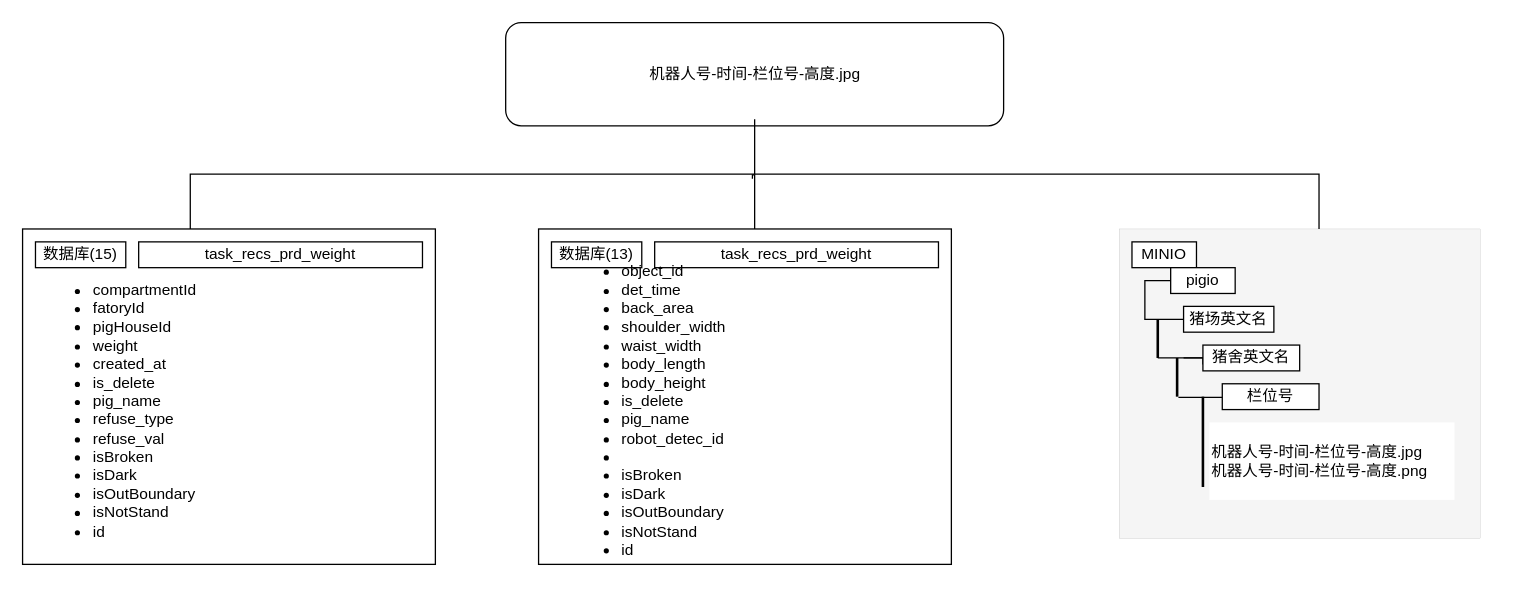
Above: figure/未命名绘图.drawio in yzy1421/Amateur-women-basketball-in-China (draw.io), before the change. Source tidied: cells renumbered, new cells numbered last; positions are measured from the earlier drawing's top-left corner, leaving out a move shared by most shapes. Both pictures are drawn from the tidied source at 129%, with x=0, y=0 at pixel (22, -391).
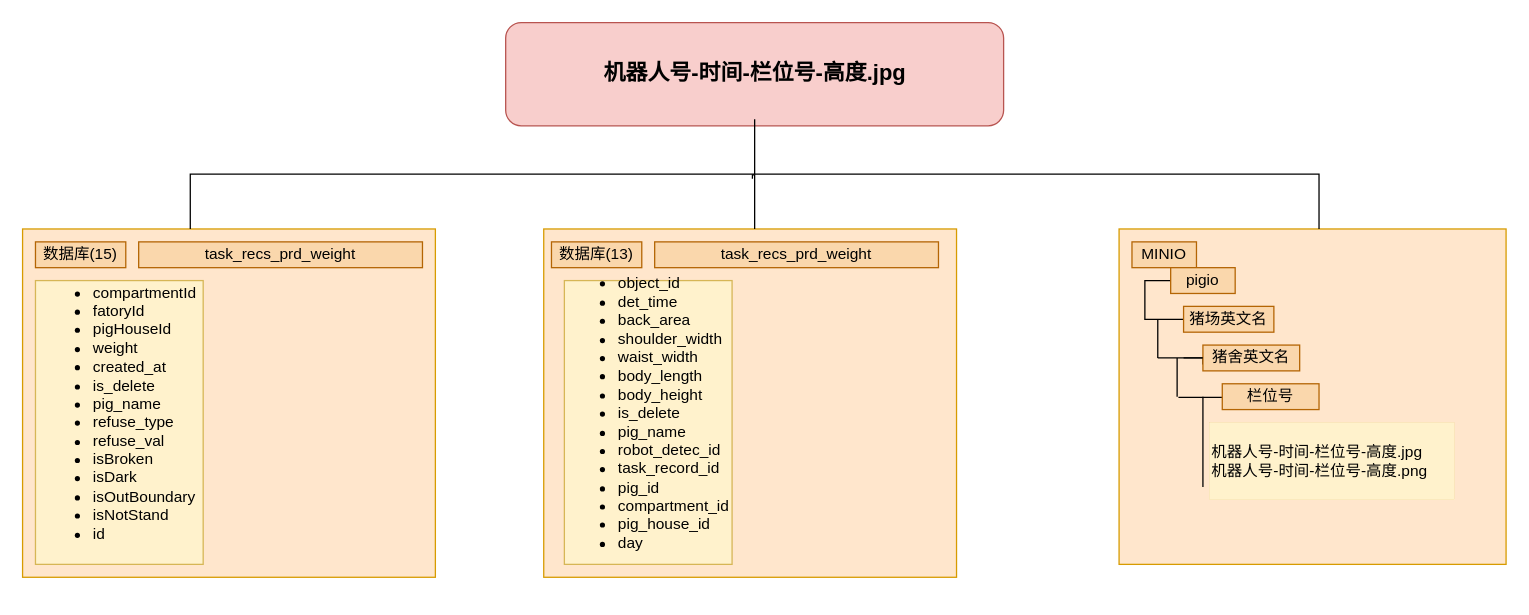
After the change.

Commit message:
更新未命名绘图.drawio

Diff of the diagram source:
```diff
@@
-    <mxCell id="2" style="rounded=0;whiteSpace=wrap;html=1;shadow=0;glass=0;sketch=0;" parent="1" vertex="1">
-      <mxGeometry x="400" y="480" width="320" height="260" as="geometry" />
+    <mxCell id="2" style="rounded=0;whiteSpace=wrap;html=1;shadow=0;glass=0;sketch=0;fillColor=#ffe6cc;strokeColor=#d79b00;" parent="1" vertex="1">
+      <mxGeometry x="404" y="480" width="320" height="270" as="geometry" />
     </mxCell>
-    <mxCell id="3" value="机器人号-时间-栏位号-高度.jpg" style="rounded=1;whiteSpace=wrap;html=1;glass=0;shadow=0;sketch=0;" parent="1" vertex="1">
+    <mxCell id="3" value="&lt;font style=&quot;font-size: 17px;&quot;&gt;&lt;b&gt;机器人号-时间-栏位号-高度.jpg&lt;/b&gt;&lt;/font&gt;" style="rounded=1;whiteSpace=wrap;html=1;glass=0;shadow=0;sketch=0;fillColor=#f8cecc;strokeColor=#b85450;" parent="1" vertex="1">
       <mxGeometry x="374.5" y="320" width="386" height="80" as="geometry" />
     </mxCell>
-    <mxCell id="4" style="rounded=0;whiteSpace=wrap;html=1;shadow=0;glass=0;sketch=0;strokeWidth=0;fillColor=#f5f5f5;fontColor=#333333;strokeColor=#666666;" parent="1" vertex="1">
-      <mxGeometry x="850" y="480" width="280" height="240" as="geometry" />
+    <mxCell id="4" style="rounded=0;whiteSpace=wrap;html=1;shadow=0;glass=0;sketch=0;strokeWidth=1;fillColor=#ffe6cc;strokeColor=#d79b00;" parent="1" vertex="1">
+      <mxGeometry x="850" y="480" width="300" height="260" as="geometry" />
     </mxCell>
-    <mxCell id="5" value="数据库(13)" style="rounded=0;whiteSpace=wrap;html=1;shadow=0;glass=0;sketch=0;" parent="1" vertex="1">
+    <mxCell id="5" value="数据库(13)" style="rounded=0;whiteSpace=wrap;html=1;shadow=0;glass=0;sketch=0;fillColor=#fad7ac;strokeColor=#b46504;" parent="1" vertex="1">
       <mxGeometry x="410" y="490" width="70" height="20" as="geometry" />
     </mxCell>
-    <mxCell id="6" value="MINIO" style="rounded=0;whiteSpace=wrap;html=1;shadow=0;glass=0;sketch=0;" parent="1" vertex="1">
+    <mxCell id="6" value="MINIO" style="rounded=0;whiteSpace=wrap;html=1;shadow=0;glass=0;sketch=0;fillColor=#fad7ac;strokeColor=#b46504;" parent="1" vertex="1">
       <mxGeometry x="860" y="490" width="50" height="20" as="geometry" />
     </mxCell>
@@
-    <mxCell id="10" value="pigio" style="rounded=0;whiteSpace=wrap;html=1;shadow=0;glass=0;sketch=0;" parent="1" vertex="1">
+    <mxCell id="10" value="pigio" style="rounded=0;whiteSpace=wrap;html=1;shadow=0;glass=0;sketch=0;fillColor=#fad7ac;strokeColor=#b46504;" parent="1" vertex="1">
       <mxGeometry x="890" y="510" width="50" height="20" as="geometry" />
     </mxCell>
-    <mxCell id="11" value="猪场英文名" style="rounded=0;whiteSpace=wrap;html=1;shadow=0;glass=0;sketch=0;" parent="1" vertex="1">
+    <mxCell id="11" value="猪场英文名" style="rounded=0;whiteSpace=wrap;html=1;shadow=0;glass=0;sketch=0;fillColor=#fad7ac;strokeColor=#b46504;" parent="1" vertex="1">
       <mxGeometry x="900" y="540" width="70" height="20" as="geometry" />
     </mxCell>
-    <mxCell id="12" value="猪舍英文名" style="rounded=0;whiteSpace=wrap;html=1;shadow=0;glass=0;sketch=0;" parent="1" vertex="1">
+    <mxCell id="12" value="猪舍英文名" style="rounded=0;whiteSpace=wrap;html=1;shadow=0;glass=0;sketch=0;fillColor=#fad7ac;strokeColor=#b46504;" parent="1" vertex="1">
       <mxGeometry x="915" y="570" width="75" height="20" as="geometry" />
     </mxCell>
@@
-    <mxCell id="14" style="line;strokeWidth=2;direction=south;html=1;rounded=1;shadow=0;glass=0;sketch=0;" parent="1" vertex="1">
+    <mxCell id="14" style="line;strokeWidth=1;direction=south;html=1;rounded=1;shadow=0;glass=0;sketch=0;" parent="1" vertex="1">
       <mxGeometry x="875" y="550" width="10" height="30" as="geometry" />
     </mxCell>
-    <mxCell id="15" style="line;strokeWidth=2;direction=south;html=1;rounded=1;shadow=0;glass=0;sketch=0;" parent="1" vertex="1">
+    <mxCell id="15" style="line;strokeWidth=1;direction=south;html=1;rounded=1;shadow=0;glass=0;sketch=0;" parent="1" vertex="1">
       <mxGeometry x="890" y="580" width="10" height="30" as="geometry" />
     </mxCell>
@@
-    <mxCell id="17" value="栏位号" style="rounded=0;whiteSpace=wrap;html=1;shadow=0;glass=0;sketch=0;" parent="1" vertex="1">
+    <mxCell id="17" value="栏位号" style="rounded=0;whiteSpace=wrap;html=1;shadow=0;glass=0;sketch=0;fillColor=#fad7ac;strokeColor=#b46504;" parent="1" vertex="1">
       <mxGeometry x="930" y="600" width="75" height="20" as="geometry" />
     </mxCell>
-    <mxCell id="18" style="line;strokeWidth=2;direction=south;html=1;rounded=1;shadow=0;glass=0;sketch=0;" parent="1" vertex="1">
+    <mxCell id="18" style="line;strokeWidth=1;direction=south;html=1;rounded=1;shadow=0;glass=0;sketch=0;" parent="1" vertex="1">
       <mxGeometry x="910" y="610" width="10" height="70" as="geometry" />
     </mxCell>
-    <mxCell id="19" value="&lt;span style=&quot;text-align: center;&quot;&gt;&lt;font style=&quot;font-size: 12px;&quot;&gt;机器人号-时间-栏位号-高度.jpg&lt;br&gt;&lt;/font&gt;&lt;/span&gt;&lt;span style=&quot;text-align: center;&quot;&gt;机器人号-时间-栏位号-高度.png&lt;/span&gt;&lt;span style=&quot;text-align: center;&quot;&gt;&lt;font style=&quot;font-size: 12px;&quot;&gt;&lt;br&gt;&lt;/font&gt;&lt;/span&gt;" style="rounded=0;whiteSpace=wrap;html=1;shadow=0;glass=0;sketch=0;strokeWidth=0;strokeColor=#FFFFFF;align=left;" parent="1" vertex="1">
+    <mxCell id="19" value="&lt;span style=&quot;text-align: center;&quot;&gt;&lt;font style=&quot;font-size: 12px;&quot;&gt;机器人号-时间-栏位号-高度.jpg&lt;br&gt;&lt;/font&gt;&lt;/span&gt;&lt;span style=&quot;text-align: center;&quot;&gt;机器人号-时间-栏位号-高度.png&lt;/span&gt;&lt;span style=&quot;text-align: center;&quot;&gt;&lt;font style=&quot;font-size: 12px;&quot;&gt;&lt;br&gt;&lt;/font&gt;&lt;/span&gt;" style="rounded=0;whiteSpace=wrap;html=1;shadow=0;glass=0;sketch=0;strokeWidth=0;strokeColor=#d6b656;align=left;fillColor=#fff2cc;" parent="1" vertex="1">
       <mxGeometry x="920" y="630" width="190" height="60" as="geometry" />
     </mxCell>
-    <mxCell id="20" value="task_recs_prd_weight" style="rounded=0;whiteSpace=wrap;html=1;shadow=0;glass=0;sketch=0;strokeColor=#000000;strokeWidth=1;fontSize=12;" parent="1" vertex="1">
+    <mxCell id="20" value="task_recs_prd_weight" style="rounded=0;whiteSpace=wrap;html=1;shadow=0;glass=0;sketch=0;strokeColor=#b46504;strokeWidth=1;fontSize=12;fillColor=#fad7ac;" parent="1" vertex="1">
       <mxGeometry x="490" y="490" width="220" height="20" as="geometry" />
     </mxCell>
-    <mxCell id="21" style="rounded=0;whiteSpace=wrap;html=1;shadow=0;glass=0;sketch=0;" parent="1" vertex="1">
-      <mxGeometry y="480" width="320" height="260" as="geometry" />
+    <mxCell id="21" style="rounded=0;whiteSpace=wrap;html=1;shadow=0;glass=0;sketch=0;fillColor=#ffe6cc;strokeColor=#d79b00;" parent="1" vertex="1">
+      <mxGeometry y="480" width="320" height="270" as="geometry" />
     </mxCell>
-    <mxCell id="22" value="数据库(15)" style="rounded=0;whiteSpace=wrap;html=1;shadow=0;glass=0;sketch=0;" parent="1" vertex="1">
+    <mxCell id="22" value="数据库(15)" style="rounded=0;whiteSpace=wrap;html=1;shadow=0;glass=0;sketch=0;fillColor=#fad7ac;strokeColor=#b46504;" parent="1" vertex="1">
       <mxGeometry x="10" y="490" width="70" height="20" as="geometry" />
     </mxCell>
-    <mxCell id="23" value="task_recs_prd_weight" style="rounded=0;whiteSpace=wrap;html=1;shadow=0;glass=0;sketch=0;strokeColor=#000000;strokeWidth=1;fontSize=12;" parent="1" vertex="1">
+    <mxCell id="23" value="&lt;font color=&quot;#000000&quot;&gt;task_recs_prd_weight&lt;/font&gt;" style="rounded=0;whiteSpace=wrap;html=1;shadow=0;glass=0;sketch=0;strokeWidth=1;fontSize=12;fillColor=#fad7ac;strokeColor=#b46504;" parent="1" vertex="1">
       <mxGeometry x="90" y="490" width="220" height="20" as="geometry" />
     </mxCell>
@@
-    <mxCell id="26" value="&lt;div style=&quot;text-align: left;&quot;&gt;&lt;ul&gt;&lt;li&gt;&lt;span style=&quot;background-color: initial;&quot;&gt;compartmentId&lt;/span&gt;&lt;/li&gt;&lt;li&gt;&lt;span style=&quot;background-color: initial;&quot;&gt;fatoryId&lt;/span&gt;&lt;/li&gt;&lt;li&gt;&lt;span style=&quot;background-color: initial;&quot;&gt;pigHouseId&lt;/span&gt;&lt;/li&gt;&lt;li&gt;&lt;span style=&quot;background-color: initial;&quot;&gt;weight&lt;/span&gt;&lt;/li&gt;&lt;li&gt;created_at&lt;/li&gt;&lt;li&gt;is_delete&lt;/li&gt;&lt;li&gt;pig_name&lt;/li&gt;&lt;li&gt;refuse_type&lt;/li&gt;&lt;li&gt;refuse_val&lt;/li&gt;&lt;li&gt;isBroken&lt;/li&gt;&lt;li&gt;isDark&lt;/li&gt;&lt;li&gt;isOutBoundary&lt;/li&gt;&lt;li&gt;isNotStand&lt;/li&gt;&lt;li&gt;id&lt;/li&gt;&lt;/ul&gt;&lt;/div&gt;&lt;div style=&quot;text-align: left;&quot;&gt;&lt;br&gt;&lt;/div&gt;&lt;div style=&quot;text-align: justify;&quot;&gt;&lt;/div&gt;" style="rounded=0;whiteSpace=wrap;html=1;shadow=0;glass=0;sketch=0;strokeColor=#FFFFFF;" parent="1" vertex="1">
-      <mxGeometry x="10" y="520" width="130" height="215" as="geometry" />
+    <mxCell id="26" value="&lt;div style=&quot;text-align: left;&quot;&gt;&lt;ul&gt;&lt;li&gt;&lt;span style=&quot;background-color: initial;&quot;&gt;&lt;font color=&quot;#000000&quot;&gt;compartmentId&lt;/font&gt;&lt;/span&gt;&lt;/li&gt;&lt;li&gt;&lt;span style=&quot;background-color: initial;&quot;&gt;&lt;font color=&quot;#000000&quot;&gt;fatoryId&lt;/font&gt;&lt;/span&gt;&lt;/li&gt;&lt;li&gt;&lt;span style=&quot;background-color: initial;&quot;&gt;&lt;font color=&quot;#000000&quot;&gt;pigHouseId&lt;/font&gt;&lt;/span&gt;&lt;/li&gt;&lt;li&gt;&lt;span style=&quot;background-color: initial;&quot;&gt;&lt;font color=&quot;#000000&quot;&gt;weight&lt;/font&gt;&lt;/span&gt;&lt;/li&gt;&lt;li&gt;&lt;font color=&quot;#000000&quot;&gt;created_at&lt;/font&gt;&lt;/li&gt;&lt;li&gt;&lt;font color=&quot;#000000&quot;&gt;is_delete&lt;/font&gt;&lt;/li&gt;&lt;li&gt;&lt;font color=&quot;#000000&quot;&gt;pig_name&lt;/font&gt;&lt;/li&gt;&lt;li&gt;&lt;font color=&quot;#000000&quot;&gt;refuse_type&lt;/font&gt;&lt;/li&gt;&lt;li&gt;&lt;font color=&quot;#000000&quot;&gt;refuse_val&lt;/font&gt;&lt;/li&gt;&lt;li&gt;&lt;font color=&quot;#000000&quot;&gt;isBroken&lt;/font&gt;&lt;/li&gt;&lt;li&gt;&lt;font color=&quot;#000000&quot;&gt;isDark&lt;/font&gt;&lt;/li&gt;&lt;li&gt;&lt;font color=&quot;#000000&quot;&gt;isOutBoundary&lt;/font&gt;&lt;/li&gt;&lt;li&gt;&lt;font color=&quot;#000000&quot;&gt;isNotStand&lt;/font&gt;&lt;/li&gt;&lt;li&gt;&lt;font color=&quot;#000000&quot;&gt;id&lt;/font&gt;&lt;/li&gt;&lt;/ul&gt;&lt;/div&gt;&lt;div style=&quot;text-align: left;&quot;&gt;&lt;br&gt;&lt;/div&gt;&lt;div style=&quot;text-align: justify;&quot;&gt;&lt;/div&gt;" style="rounded=0;whiteSpace=wrap;html=1;shadow=0;glass=0;sketch=0;strokeColor=#d6b656;fillColor=#fff2cc;" parent="1" vertex="1">
+      <mxGeometry x="10" y="520" width="130" height="220" as="geometry" />
     </mxCell>
-    <mxCell id="27" value="&lt;div style=&quot;text-align: left;&quot;&gt;&lt;ul&gt;&lt;li&gt;&lt;span style=&quot;background-color: initial;&quot;&gt;object_id&lt;/span&gt;&lt;/li&gt;&lt;li&gt;det_time&lt;/li&gt;&lt;li&gt;back_area&lt;/li&gt;&lt;li&gt;shoulder_width&lt;/li&gt;&lt;li&gt;waist_width&lt;/li&gt;&lt;li&gt;body_length&lt;/li&gt;&lt;li&gt;body_height&lt;/li&gt;&lt;li&gt;is_delete&lt;/li&gt;&lt;li&gt;pig_name&lt;/li&gt;&lt;li&gt;robot_detec_id&lt;/li&gt;&lt;li&gt;&lt;br&gt;&lt;/li&gt;&lt;li&gt;isBroken&lt;/li&gt;&lt;li&gt;isDark&lt;/li&gt;&lt;li&gt;isOutBoundary&lt;/li&gt;&lt;li&gt;isNotStand&lt;/li&gt;&lt;li&gt;id&lt;/li&gt;&lt;/ul&gt;&lt;/div&gt;&lt;div style=&quot;text-align: left;&quot;&gt;&lt;br&gt;&lt;/div&gt;&lt;div style=&quot;text-align: justify;&quot;&gt;&lt;/div&gt;" style="rounded=0;whiteSpace=wrap;html=1;shadow=0;glass=0;sketch=0;strokeColor=#FFFFFF;" parent="1" vertex="1">
-      <mxGeometry x="420" y="520" width="130" height="215" as="geometry" />
+    <mxCell id="27" value="&lt;div style=&quot;text-align: left;&quot;&gt;&lt;ul&gt;&lt;li&gt;&lt;span style=&quot;background-color: initial;&quot;&gt;object_id&lt;/span&gt;&lt;/li&gt;&lt;li&gt;det_time&lt;/li&gt;&lt;li&gt;back_area&lt;/li&gt;&lt;li&gt;shoulder_width&lt;/li&gt;&lt;li&gt;waist_width&lt;/li&gt;&lt;li&gt;body_length&lt;/li&gt;&lt;li&gt;body_height&lt;/li&gt;&lt;li&gt;is_delete&lt;/li&gt;&lt;li&gt;pig_name&lt;/li&gt;&lt;li&gt;robot_detec_id&lt;/li&gt;&lt;li&gt;task_record_id&lt;/li&gt;&lt;li&gt;pig_id&lt;/li&gt;&lt;li&gt;compartment_id&lt;/li&gt;&lt;li&gt;pig_house_id&lt;/li&gt;&lt;li&gt;day&lt;/li&gt;&lt;/ul&gt;&lt;/div&gt;&lt;div style=&quot;text-align: left;&quot;&gt;&lt;br&gt;&lt;/div&gt;&lt;div style=&quot;text-align: justify;&quot;&gt;&lt;/div&gt;" style="rounded=0;whiteSpace=wrap;html=1;shadow=0;glass=0;sketch=0;strokeColor=#d6b656;fillColor=#fff2cc;" parent="1" vertex="1">
+      <mxGeometry x="420" y="520" width="130" height="220" as="geometry" />
     </mxCell>
```
